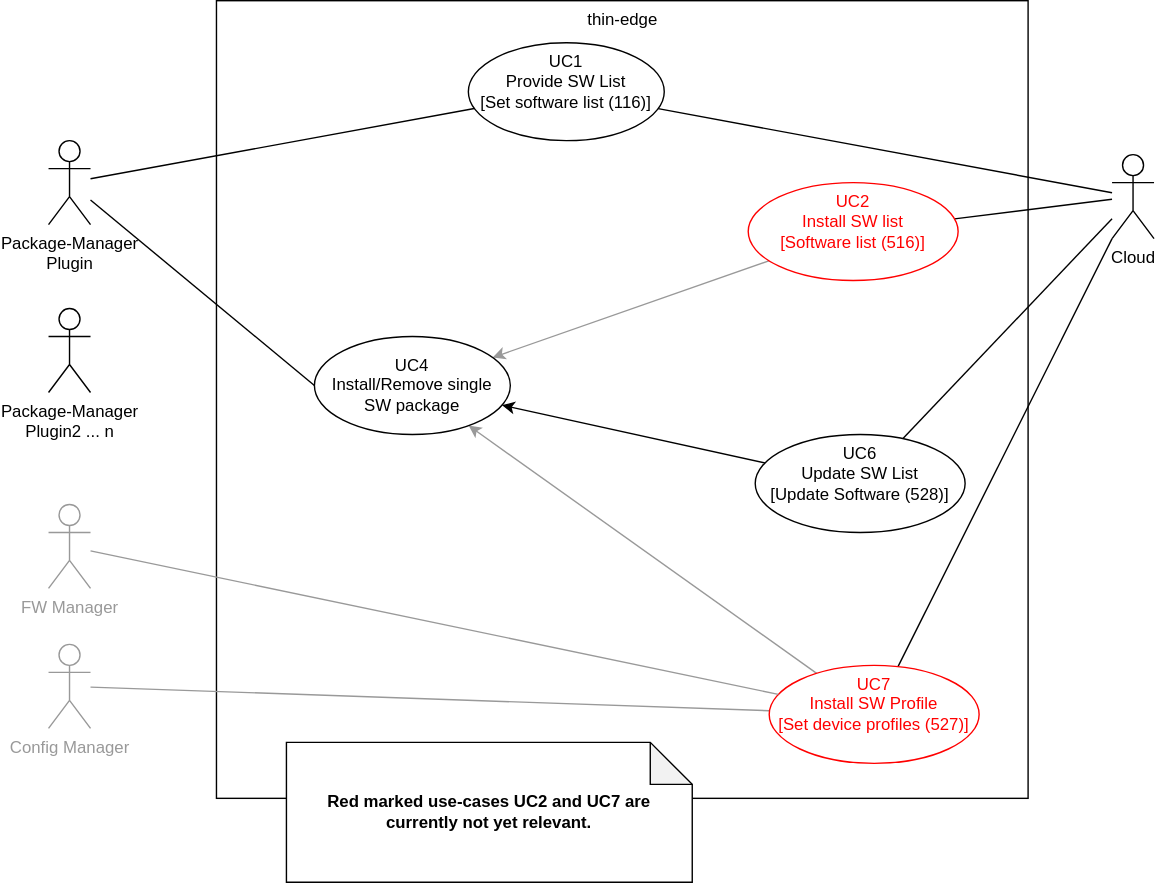
This is src/software-management/use-cases-sw-management.svg from thin-edge/thin-edge.io-specs, a draw.io export, as it was before one commit. Source tidied: cells renumbered, new cells last; positions are measured from the earlier drawing's top-left corner, leaving out a move shared by most shapes.
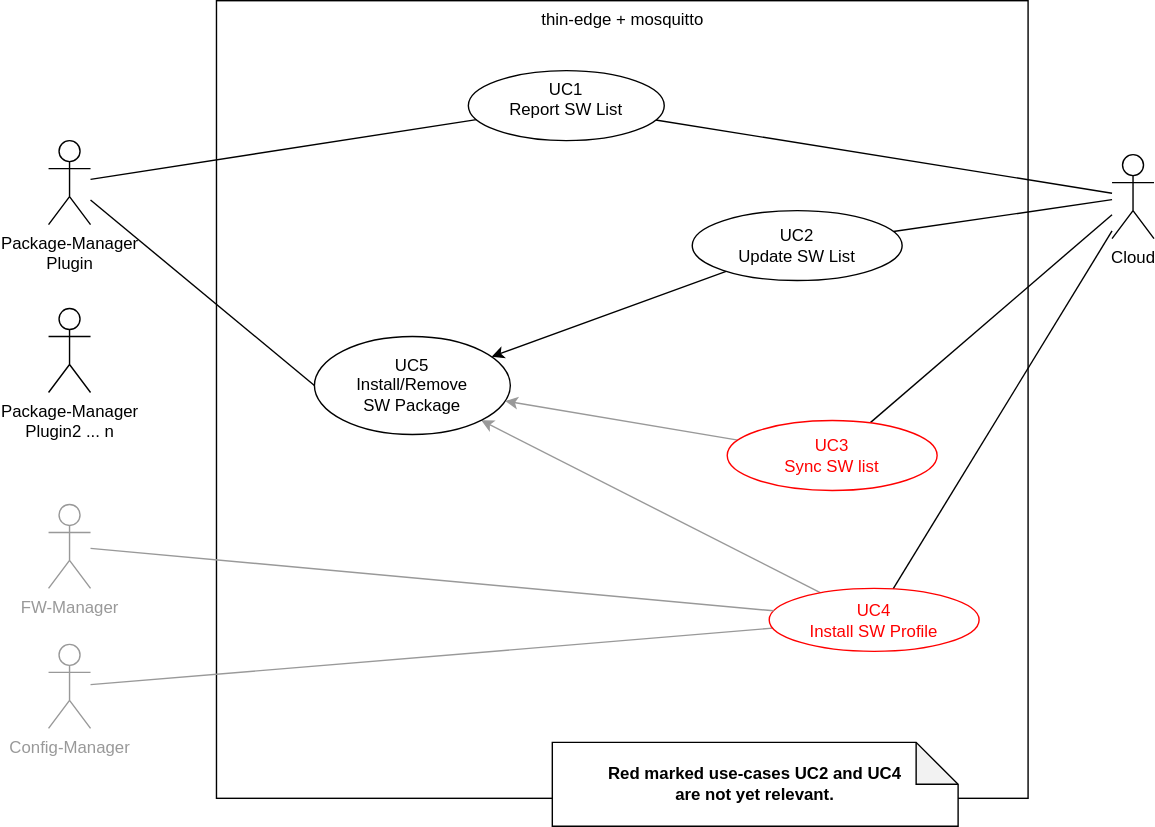
After the commit.

Commit message:
added draw.io source files for accoridng PNGs

The edit, as a diff of the source:
```diff
@@ -2,7 +2,7 @@
   <root>
     <mxCell id="0" />
     <mxCell id="1" parent="0" />
-    <mxCell id="2" value="thin-edge" style="html=1;verticalAlign=top;" parent="1" vertex="1">
+    <mxCell id="2" value="thin-edge + mosquitto" style="html=1;verticalAlign=top;" parent="1" vertex="1">
       <mxGeometry x="120" width="580" height="570" as="geometry" />
     </mxCell>
     <mxCell id="3" style="edgeStyle=none;rounded=0;jettySize=auto;html=1;fontColor=#999999;endArrow=none;endFill=0;strokeColor=#000000;" parent="1" edge="1" source="7" target="10">
@@ -23,29 +23,29 @@
     <mxCell id="8" style="edgeStyle=none;rounded=0;jettySize=auto;html=1;fontColor=#999999;endArrow=none;endFill=0;strokeColor=#999999;" parent="1" edge="1" source="9" target="14">
       <mxGeometry relative="1" as="geometry" />
     </mxCell>
-    <mxCell id="9" value="Config Manager" style="shape=umlActor;verticalLabelPosition=bottom;verticalAlign=top;html=1;strokeColor=#999999;fontColor=#999999;" parent="1" vertex="1">
+    <mxCell id="9" value="Config-Manager" style="shape=umlActor;verticalLabelPosition=bottom;verticalAlign=top;html=1;strokeColor=#999999;fontColor=#999999;" parent="1" vertex="1">
       <mxGeometry y="460" width="30" height="60" as="geometry" />
     </mxCell>
-    <mxCell id="10" value="UC1&lt;br&gt;Provide SW List&lt;br&gt;[Set software list (116)]" style="ellipse;whiteSpace=wrap;html=1;verticalAlign=top;" parent="1" vertex="1">
-      <mxGeometry x="300" y="30" width="140" height="70" as="geometry" />
+    <mxCell id="10" value="UC1&lt;br&gt;Report SW List" style="ellipse;whiteSpace=wrap;html=1;verticalAlign=top;align=center;" parent="1" vertex="1">
+      <mxGeometry x="300" y="50" width="140" height="50" as="geometry" />
     </mxCell>
     <mxCell id="11" style="edgeStyle=none;rounded=0;jettySize=auto;html=1;fontStyle=1;strokeColor=#999999;" parent="1" edge="1" source="12" target="21">
       <mxGeometry relative="1" as="geometry" />
     </mxCell>
-    <mxCell id="12" value="&lt;div&gt;UC2&lt;br&gt;&lt;/div&gt;&lt;div&gt;Install SW list&lt;/div&gt;[Software list (516)]" style="ellipse;whiteSpace=wrap;html=1;verticalAlign=top;strokeColor=#FF0000;fontColor=#FF0000;" parent="1" vertex="1">
-      <mxGeometry x="500" y="130" width="150" height="70" as="geometry" />
+    <mxCell id="12" value="&lt;div&gt;UC3&lt;br&gt;&lt;/div&gt;&lt;div&gt;Sync SW list&lt;/div&gt;" style="ellipse;whiteSpace=wrap;html=1;verticalAlign=middle;strokeColor=#FF0000;fontColor=#FF0000;fontStyle=0;" parent="1" vertex="1">
+      <mxGeometry x="485" y="300" width="150" height="50" as="geometry" />
     </mxCell>
     <mxCell id="13" style="edgeStyle=none;rounded=0;jettySize=auto;html=1;fontStyle=1;strokeColor=#999999;" parent="1" edge="1" source="14" target="21">
       <mxGeometry relative="1" as="geometry" />
     </mxCell>
-    <mxCell id="14" value="&lt;div&gt;UC7&lt;br&gt;&lt;/div&gt;&lt;div&gt;Install SW Profile&lt;/div&gt;[Set device profiles (527)]" style="ellipse;whiteSpace=wrap;html=1;verticalAlign=top;strokeColor=#FF0000;fontColor=#FF0000;" parent="1" vertex="1">
-      <mxGeometry x="515" y="475" width="150" height="70" as="geometry" />
+    <mxCell id="14" value="&lt;div&gt;UC4&lt;br&gt;&lt;/div&gt;&lt;div&gt;Install SW Profile&lt;/div&gt;" style="ellipse;whiteSpace=wrap;html=1;verticalAlign=middle;strokeColor=#FF0000;fontColor=#FF0000;" parent="1" vertex="1">
+      <mxGeometry x="515" y="420" width="150" height="45" as="geometry" />
     </mxCell>
     <mxCell id="15" style="edgeStyle=none;rounded=0;jettySize=auto;html=1;fontStyle=1;" parent="1" edge="1" source="16" target="21">
       <mxGeometry relative="1" as="geometry" />
     </mxCell>
-    <mxCell id="16" value="&lt;div&gt;UC6&lt;br&gt;&lt;/div&gt;&lt;div&gt;Update SW List&lt;/div&gt;[Update Software (528)]" style="ellipse;whiteSpace=wrap;html=1;verticalAlign=top;" parent="1" vertex="1">
-      <mxGeometry x="505" y="310" width="150" height="70" as="geometry" />
+    <mxCell id="16" value="&lt;div&gt;UC2&lt;br&gt;&lt;/div&gt;&lt;div&gt;Update SW List&lt;/div&gt;" style="ellipse;whiteSpace=wrap;html=1;verticalAlign=middle;" parent="1" vertex="1">
+      <mxGeometry x="460" y="150" width="150" height="50" as="geometry" />
     </mxCell>
     <mxCell id="17" style="rounded=0;jettySize=auto;html=1;fontColor=#999999;endArrow=none;endFill=0;" parent="1" edge="1" source="18" target="10">
       <mxGeometry relative="1" as="geometry" />
@@ -56,10 +56,10 @@
     <mxCell id="19" style="edgeStyle=none;rounded=0;jettySize=auto;html=1;fontColor=#999999;endArrow=none;endFill=0;strokeColor=#999999;" parent="1" edge="1" source="20" target="14">
       <mxGeometry relative="1" as="geometry" />
     </mxCell>
-    <mxCell id="20" value="FW Manager" style="shape=umlActor;verticalLabelPosition=bottom;verticalAlign=top;html=1;fontColor=#999999;strokeColor=#999999;" parent="1" vertex="1">
+    <mxCell id="20" value="FW-Manager" style="shape=umlActor;verticalLabelPosition=bottom;verticalAlign=top;html=1;fontColor=#999999;strokeColor=#999999;" parent="1" vertex="1">
       <mxGeometry y="360" width="30" height="60" as="geometry" />
     </mxCell>
-    <mxCell id="21" value="&lt;div&gt;UC4&lt;/div&gt;&lt;div&gt;Install/Remove single&lt;/div&gt;SW package" style="ellipse;whiteSpace=wrap;html=1;verticalAlign=middle;" parent="1" vertex="1">
+    <mxCell id="21" value="&lt;div&gt;UC5&lt;/div&gt;&lt;div&gt;Install/Remove&lt;br&gt;SW Package&lt;/div&gt;" style="ellipse;whiteSpace=wrap;html=1;verticalAlign=middle;" parent="1" vertex="1">
       <mxGeometry x="190" y="240" width="140" height="70" as="geometry" />
     </mxCell>
     <mxCell id="22" style="edgeStyle=none;rounded=0;jettySize=auto;html=1;endArrow=none;endFill=0;entryX=0;entryY=0.5;entryDx=0;entryDy=0;fontStyle=1;" parent="1" edge="1" source="18" target="21">
@@ -68,8 +68,8 @@
     <mxCell id="23" value="Package-Manager&lt;br&gt;&lt;div&gt;Plugin2 ... n&lt;br&gt;&lt;/div&gt;" style="shape=umlActor;verticalLabelPosition=bottom;verticalAlign=top;html=1;" parent="1" vertex="1">
       <mxGeometry y="220" width="30" height="60" as="geometry" />
     </mxCell>
-    <mxCell id="24" value="Red marked use-cases UC2 and UC7 are &lt;br&gt;currently not yet relevant." style="shape=note;whiteSpace=wrap;html=1;backgroundOutline=1;darkOpacity=0.05;fontStyle=1;" parent="1" vertex="1">
-      <mxGeometry x="170" y="530" width="290" height="100" as="geometry" />
+    <mxCell id="24" value="Red marked use-cases UC2 and UC4&lt;br&gt;are not yet relevant." style="shape=note;whiteSpace=wrap;html=1;backgroundOutline=1;darkOpacity=0.05;fontStyle=1;" parent="1" vertex="1">
+      <mxGeometry x="360" y="530" width="290" height="60" as="geometry" />
     </mxCell>
   </root>
 </mxGraphModel>
```
